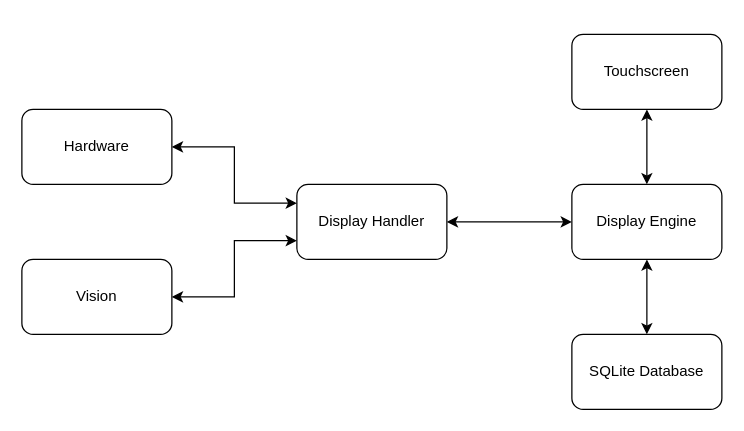
Above: diagrams/display_block_diagram.drawio in Joedahms/expirationTracker (draw.io), before the change. Source tidied: cells renumbered, new cells numbered last; positions are measured from the earlier drawing's top-left corner, leaving out a move shared by most shapes. Both pictures are drawn from the tidied source at 125%, with x=0, y=0 at pixel (21, 34).
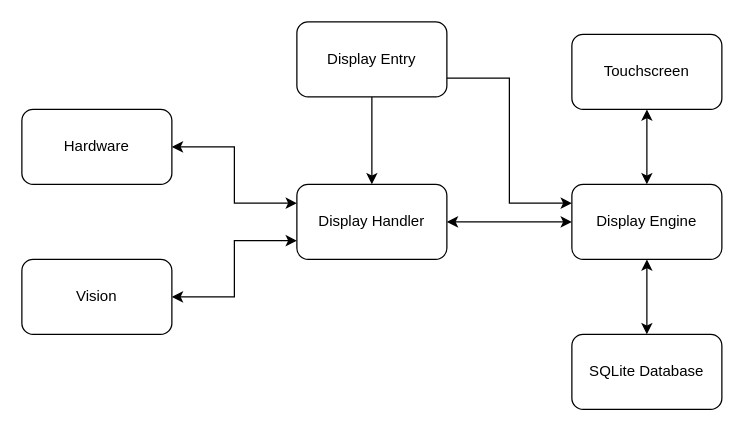
Above is the later version.

The edit, as a diff of the source:
```diff
@@
 <mxGraphModel>
   <root>
     <mxCell id="0" />
     <mxCell id="1" parent="0" />
     <mxCell id="2" style="edgeStyle=orthogonalEdgeStyle;rounded=0;jettySize=auto;html=1;exitX=0.5;exitY=1;exitDx=0;exitDy=0;entryX=0.5;entryY=0;entryDx=0;entryDy=0;startArrow=classic;startFill=1;" parent="1" edge="1" source="4" target="11">
       <mxGeometry relative="1" as="geometry" />
     </mxCell>
     <mxCell id="3" style="edgeStyle=orthogonalEdgeStyle;rounded=0;jettySize=auto;html=1;exitX=0.5;exitY=0;exitDx=0;exitDy=0;entryX=0.5;entryY=1;entryDx=0;entryDy=0;startArrow=classic;startFill=1;" parent="1" edge="1" source="4" target="12">
       <mxGeometry relative="1" as="geometry" />
     </mxCell>
     <mxCell id="4" value="Display Engine" style="rounded=1;whiteSpace=wrap;html=1;" parent="1" vertex="1">
       <mxGeometry x="440" y="120" width="120" height="60" as="geometry" />
     </mxCell>
     <mxCell id="5" style="edgeStyle=orthogonalEdgeStyle;rounded=0;jettySize=auto;html=1;exitX=1;exitY=0.5;exitDx=0;exitDy=0;entryX=0;entryY=0.5;entryDx=0;entryDy=0;startArrow=classic;startFill=1;" parent="1" edge="1" source="6" target="4">
       <mxGeometry relative="1" as="geometry" />
     </mxCell>
     <mxCell id="6" value="Display Handler" style="rounded=1;whiteSpace=wrap;html=1;" parent="1" vertex="1">
       <mxGeometry x="220" y="120" width="120" height="60" as="geometry" />
     </mxCell>
     <mxCell id="7" style="edgeStyle=orthogonalEdgeStyle;rounded=0;jettySize=auto;html=1;exitX=1;exitY=0.5;exitDx=0;exitDy=0;entryX=0;entryY=0.25;entryDx=0;entryDy=0;startArrow=classic;startFill=1;" parent="1" edge="1" source="8" target="6">
       <mxGeometry relative="1" as="geometry" />
     </mxCell>
     <mxCell id="8" value="Hardware" style="rounded=1;whiteSpace=wrap;html=1;" parent="1" vertex="1">
       <mxGeometry y="60" width="120" height="60" as="geometry" />
     </mxCell>
     <mxCell id="9" style="edgeStyle=orthogonalEdgeStyle;rounded=0;jettySize=auto;html=1;exitX=1;exitY=0.5;exitDx=0;exitDy=0;entryX=0;entryY=0.75;entryDx=0;entryDy=0;startArrow=classic;startFill=1;" parent="1" edge="1" source="10" target="6">
       <mxGeometry relative="1" as="geometry" />
     </mxCell>
     <mxCell id="10" value="Vision" style="rounded=1;whiteSpace=wrap;html=1;" parent="1" vertex="1">
       <mxGeometry y="180" width="120" height="60" as="geometry" />
     </mxCell>
     <mxCell id="11" value="SQLite Database" style="rounded=1;whiteSpace=wrap;html=1;" parent="1" vertex="1">
       <mxGeometry x="440" y="240" width="120" height="60" as="geometry" />
     </mxCell>
     <mxCell id="12" value="Touchscreen" style="rounded=1;whiteSpace=wrap;html=1;" parent="1" vertex="1">
       <mxGeometry x="440" width="120" height="60" as="geometry" />
     </mxCell>
+    <mxCell id="13" style="edgeStyle=orthogonalEdgeStyle;rounded=0;jettySize=auto;html=1;exitX=0.5;exitY=1;exitDx=0;exitDy=0;entryX=0.5;entryY=0;entryDx=0;entryDy=0;" parent="1" edge="1" source="15" target="6">
+      <mxGeometry relative="1" as="geometry" />
+    </mxCell>
+    <mxCell id="14" style="edgeStyle=orthogonalEdgeStyle;rounded=0;jettySize=auto;html=1;exitX=1;exitY=0.75;exitDx=0;exitDy=0;entryX=0;entryY=0.25;entryDx=0;entryDy=0;" parent="1" edge="1" source="15" target="4">
+      <mxGeometry relative="1" as="geometry" />
+    </mxCell>
+    <mxCell id="15" value="Display Entry" style="rounded=1;whiteSpace=wrap;html=1;" parent="1" vertex="1">
+      <mxGeometry x="220" y="-10" width="120" height="60" as="geometry" />
+    </mxCell>
   </root>
 </mxGraphModel>
```
